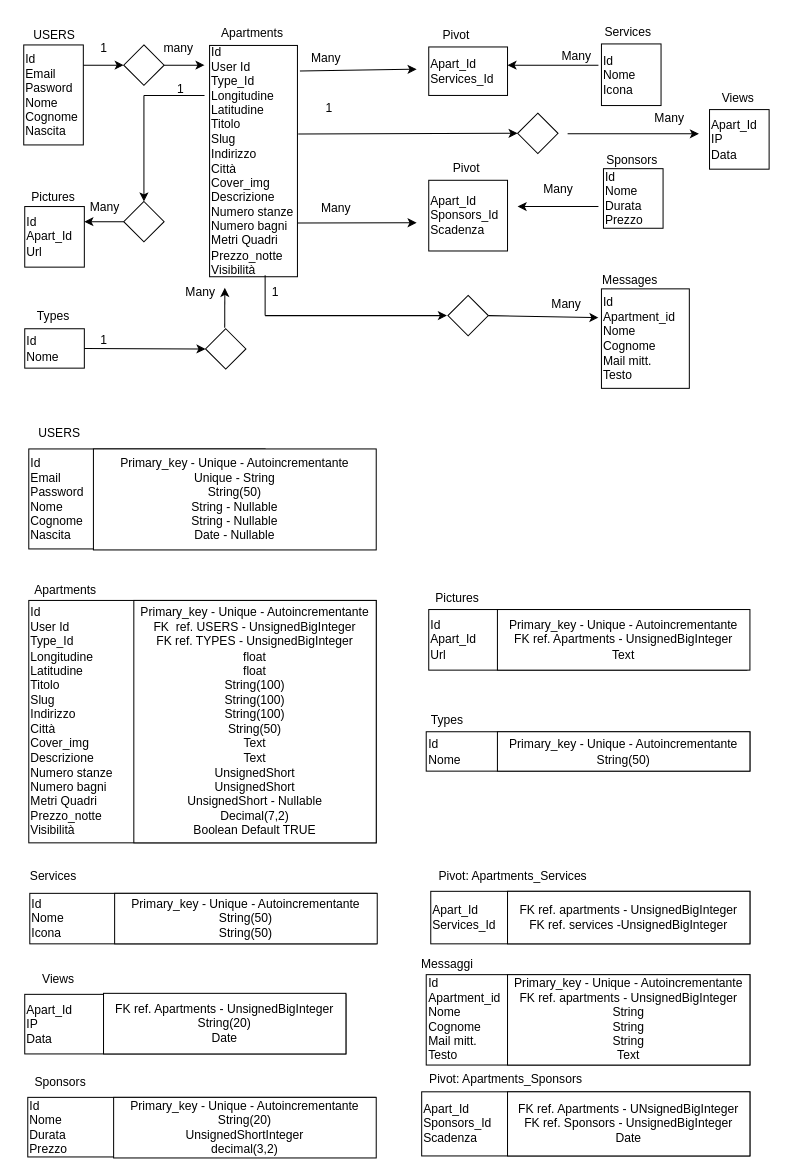
The draw.io diagram public/schema.drawio in AndreaFerrini/BoolBnB-back, before the edit. Source tidied: cells renumbered, new cells numbered last; positions are measured from the earlier drawing's top-left corner, leaving out a move shared by most shapes. Both pictures are drawn from the tidied source at 101%, with x=0, y=0 at pixel (17, 17).
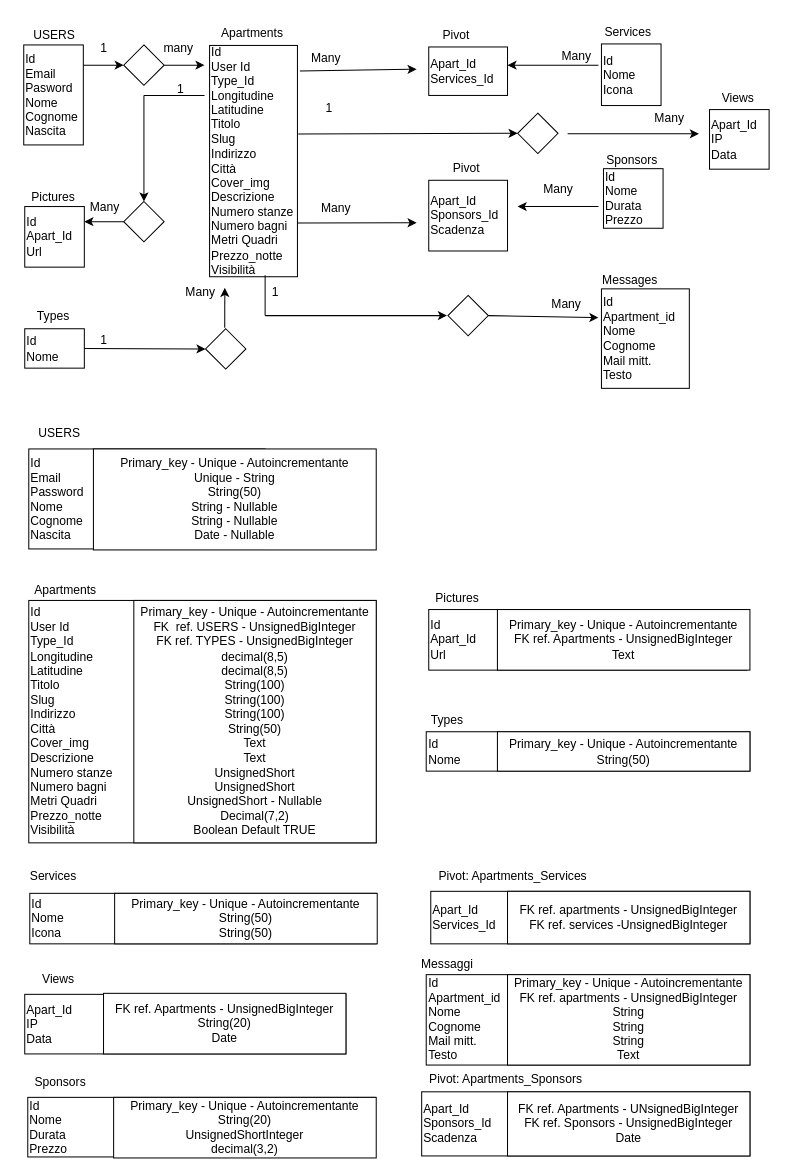
The same diagram, later.

The edit, as a diff of the source:
```diff
@@
-    <mxCell id="62" value="Primary_key - Unique - Autoincrementante&lt;br&gt;FK&amp;nbsp; ref. USERS - UnsignedBigInteger&lt;br&gt;FK ref. TYPES - UnsignedBigInteger&lt;br&gt;float&lt;br&gt;float&lt;br&gt;String(100)&lt;br&gt;String(100)&lt;br&gt;String(100)&lt;br&gt;String(50)&lt;br&gt;Text&lt;br&gt;Text&lt;br&gt;UnsignedShort&lt;br&gt;UnsignedShort&lt;br&gt;UnsignedShort - Nullable&lt;br&gt;Decimal(7,2)&lt;br&gt;Boolean Default TRUE" style="rounded=0;whiteSpace=wrap;html=1;" parent="1" vertex="1">
+    <mxCell id="62" value="Primary_key - Unique - Autoincrementante&lt;br&gt;FK&amp;nbsp; ref. USERS - UnsignedBigInteger&lt;br&gt;FK ref. TYPES - UnsignedBigInteger&lt;br&gt;decimal(8,5)&lt;br&gt;decimal(8,5)&lt;br&gt;String(100)&lt;br&gt;String(100)&lt;br&gt;String(100)&lt;br&gt;String(50)&lt;br&gt;Text&lt;br&gt;Text&lt;br&gt;UnsignedShort&lt;br&gt;UnsignedShort&lt;br&gt;UnsignedShort - Nullable&lt;br&gt;Decimal(7,2)&lt;br&gt;Boolean Default TRUE" style="rounded=0;whiteSpace=wrap;html=1;" parent="1" vertex="1">
       <mxGeometry x="115" y="577" width="240" height="240" as="geometry" />
     </mxCell>
```
